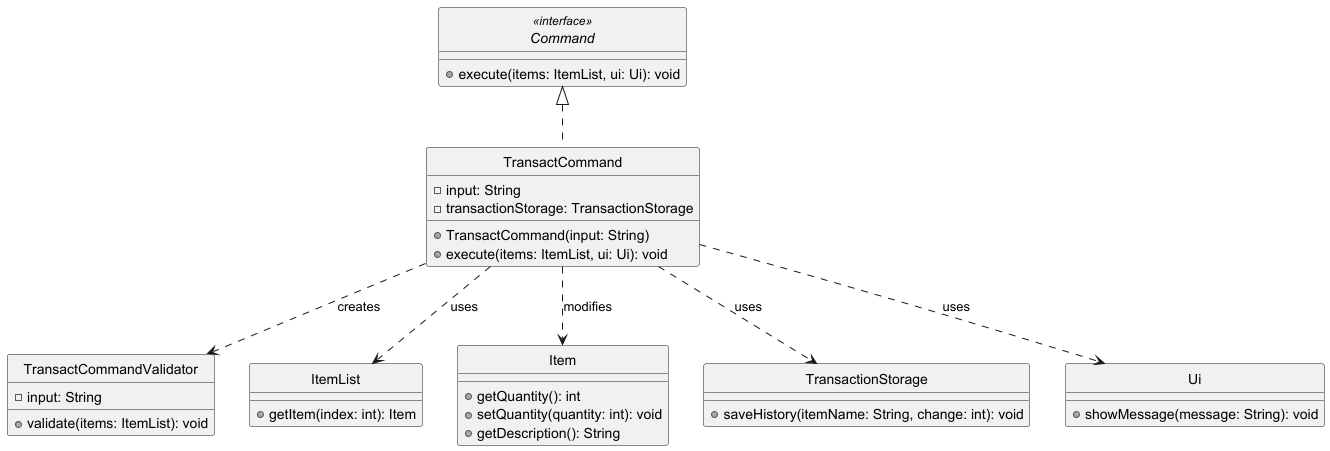
Before: docs/diagrams/TransactCommandClassDiagram.png, a diagram exported from PlantUML (adbsw/tp). Source of this version:
```plantuml
@startuml

skinparam monochrome true
skinparam shadowing false
hide circle

interface Command <<interface>> {
    + execute(items: ItemList, ui: Ui): void
}

class TransactCommand {
    - input: String
    - transactionStorage: TransactionStorage
    + TransactCommand(input: String)
    + execute(items: ItemList, ui: Ui): void
}

class TransactCommandValidator {
    - input: String
    + validate(items: ItemList): void
}

class ItemList {
    + getItem(index: int): Item
}

class Item {
    + getQuantity(): int
    + setQuantity(quantity: int): void
    + getDescription(): String
}

class TransactionStorage {
    + saveHistory(itemName: String, change: int): void
}

class Ui {
    + showMessage(message: String): void
}

Command <|.. TransactCommand

TransactCommand ..> TransactCommandValidator : creates
TransactCommand ..> ItemList : uses
TransactCommand ..> Item : modifies
TransactCommand ..> TransactionStorage : uses
TransactCommand ..> Ui : uses

@enduml
```
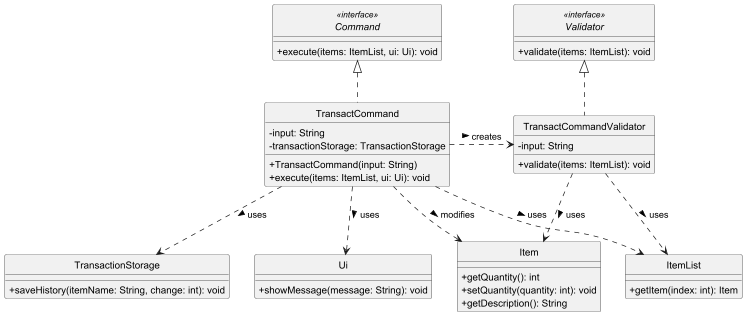
The same diagram one commit later.

The edit, as a diff of the source:
```diff
@@ -2,6 +2,7 @@
 
 skinparam monochrome true
 skinparam shadowing false
+skinparam classAttributeIconSize 0
 hide circle
 
 interface Command <<interface>> {
@@ -15,11 +16,6 @@
     + execute(items: ItemList, ui: Ui): void
 }
 
-class TransactCommandValidator {
-    - input: String
-    + validate(items: ItemList): void
-}
-
 class ItemList {
     + getItem(index: int): Item
 }
@@ -28,6 +24,15 @@
     + getQuantity(): int
     + setQuantity(quantity: int): void
     + getDescription(): String
+}
+
+class TransactCommandValidator {
+    - input: String
+    + validate(items: ItemList): void
+}
+
+interface Validator <<interface>> {
+    + validate(items: ItemList): void
 }
 
 class TransactionStorage {
@@ -40,10 +45,13 @@
 
 Command <|.. TransactCommand
 
-TransactCommand ..> TransactCommandValidator : creates
-TransactCommand ..> ItemList : uses
-TransactCommand ..> Item : modifies
-TransactCommand ..> TransactionStorage : uses
-TransactCommand ..> Ui : uses
+TransactCommand .right.> TransactCommandValidator : creates >
+TransactCommandValidator .up.|> Validator
+TransactCommandValidator ..> ItemList : uses >
+TransactCommandValidator ..> Item : uses >
+TransactCommand .> Item : modifies >
+TransactCommand ..> ItemList : uses >
+TransactCommand ..> TransactionStorage : uses >
+TransactCommand ..> Ui : uses >
 
 @enduml
```
